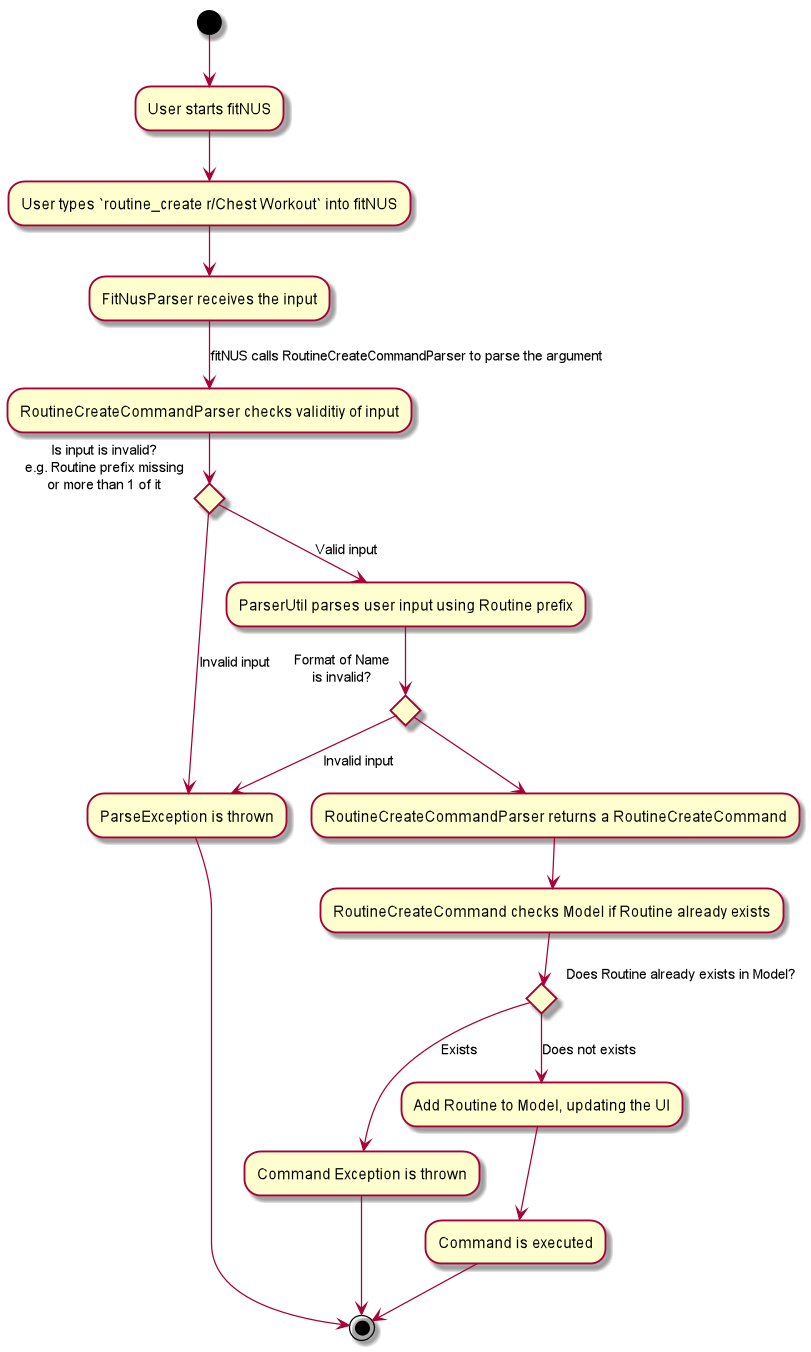
Earlier version of the PlantUML export docs/images/RoutineCreateActivityDiagram.png (nus-cs2103-AY2021S1/tp). Its diagram source:
```plantuml
@startuml
(*)  --> "User starts fitNUS"
--> "User types `routine_create r/Chest Workout` into fitNUS"
--> "FitNusParser receives the input"
--> [fitNUS calls RoutineCreateCommandParser to parse the argument]"RoutineCreateCommandParser checks validitiy of input"
If "Is input is invalid?\ne.g. Routine prefix missing\nor more than 1 of it" then
--> [Invalid input]ParseException is thrown
-->(*)
else
--> [Valid input]ParserUtil parses user input using Routine prefix

if "Format of Name\nis invalid?" then
--> [Invalid input]ParseException is thrown

else
--> RoutineCreateCommandParser returns a RoutineCreateCommand
--> RoutineCreateCommand checks Model if Routine already exists

if Does Routine already exists in Model? then
-->[Exists]Command Exception is thrown
-->(*)

else
-->[Does not exists] Add Routine to Model, updating the UI

--> Command is executed
--> (*)
@enduml
```
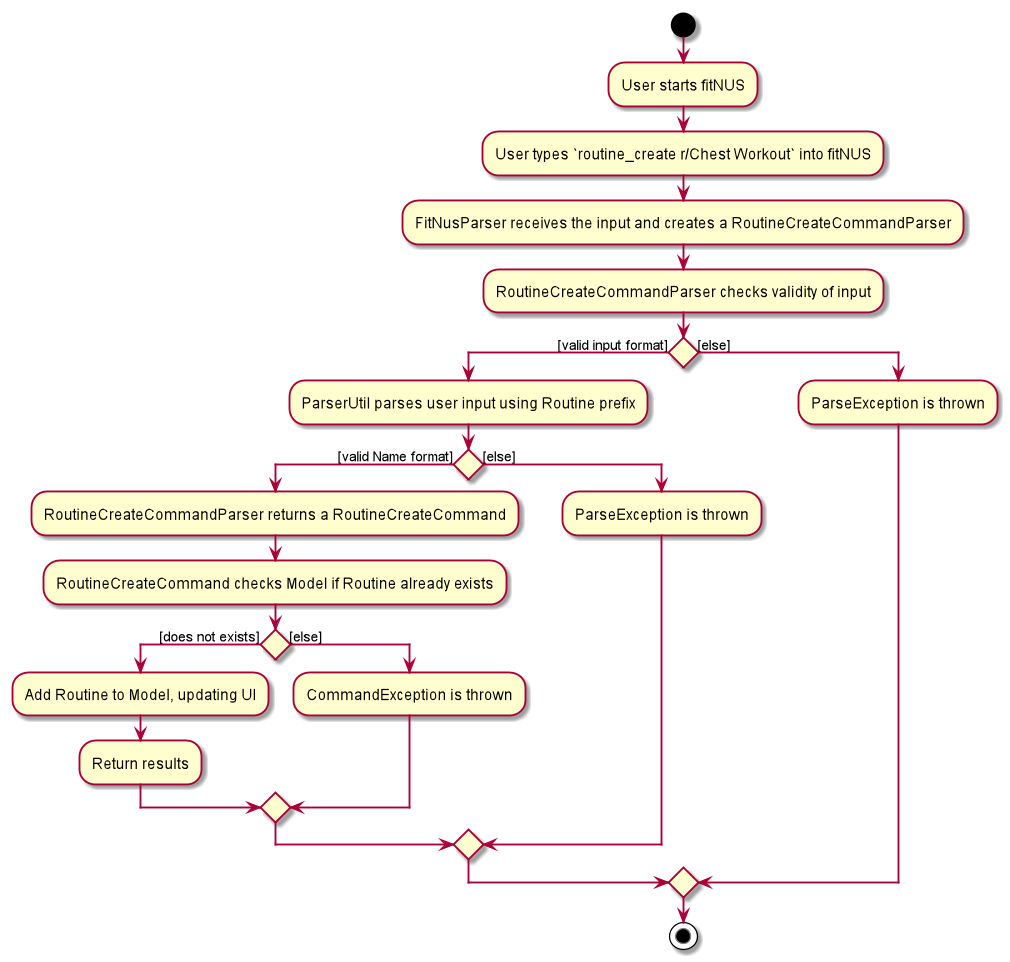
The same file after the commit.

Change to the diagram source:
```diff
@@ -1,28 +1,33 @@
 @startuml
-(*)  --> "User starts fitNUS"
---> "User types `routine_create r/Chest Workout` into fitNUS"
---> "FitNusParser receives the input"
---> [fitNUS calls RoutineCreateCommandParser to parse the argument]"RoutineCreateCommandParser checks validitiy of input"
-If "Is input is invalid?\ne.g. Routine prefix missing\nor more than 1 of it" then
---> [Invalid input]ParseException is thrown
--->(*)
-else
---> [Valid input]ParserUtil parses user input using Routine prefix
+start
 
-if "Format of Name\nis invalid?" then
---> [Invalid input]ParseException is thrown
+:User starts fitNUS;
+:User types `routine_create r/Chest Workout` into fitNUS;
+:FitNusParser receives the input and creates a RoutineCreateCommandParser;
+:RoutineCreateCommandParser checks validity of input;
 
-else
---> RoutineCreateCommandParser returns a RoutineCreateCommand
---> RoutineCreateCommand checks Model if Routine already exists
+    if () then ([valid input format])
+        :ParserUtil parses user input using Routine prefix;
 
-if Does Routine already exists in Model? then
--->[Exists]Command Exception is thrown
--->(*)
+            if () then ([valid Name format])
+                :RoutineCreateCommandParser returns a RoutineCreateCommand;
+                :RoutineCreateCommand checks Model if Routine already exists;
 
-else
--->[Does not exists] Add Routine to Model, updating the UI
+                if () then ([does not exists])
+                :Add Routine to Model, updating UI;
+                :Return results;
 
---> Command is executed
---> (*)
+                else ([else])
+                :CommandException is thrown;
+                endif
+
+            else ([else])
+            :ParseException is thrown;
+            endif
+
+    else ([else])
+    :ParseException is thrown;
+    endif
+
+stop
 @enduml
```
